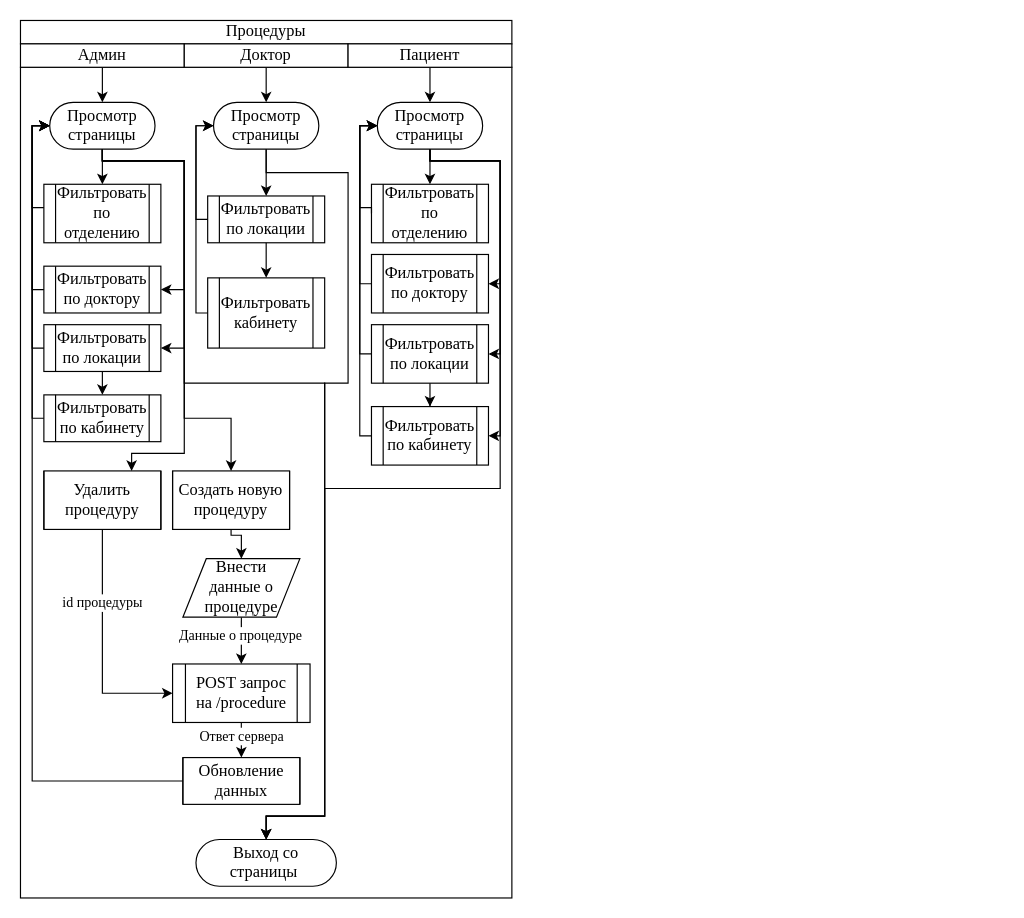
Before: procedures and patients.drawio in arturyumaev/Bachelor-Diploma-Docs, a draw.io diagram. Source tidied: cells renumbered, new cells numbered last; positions are measured from the earlier drawing's top-left corner, leaving out a move shared by most shapes. Both pictures are drawn from the tidied source at 117%, with x=0, y=0 at pixel (20, 20).
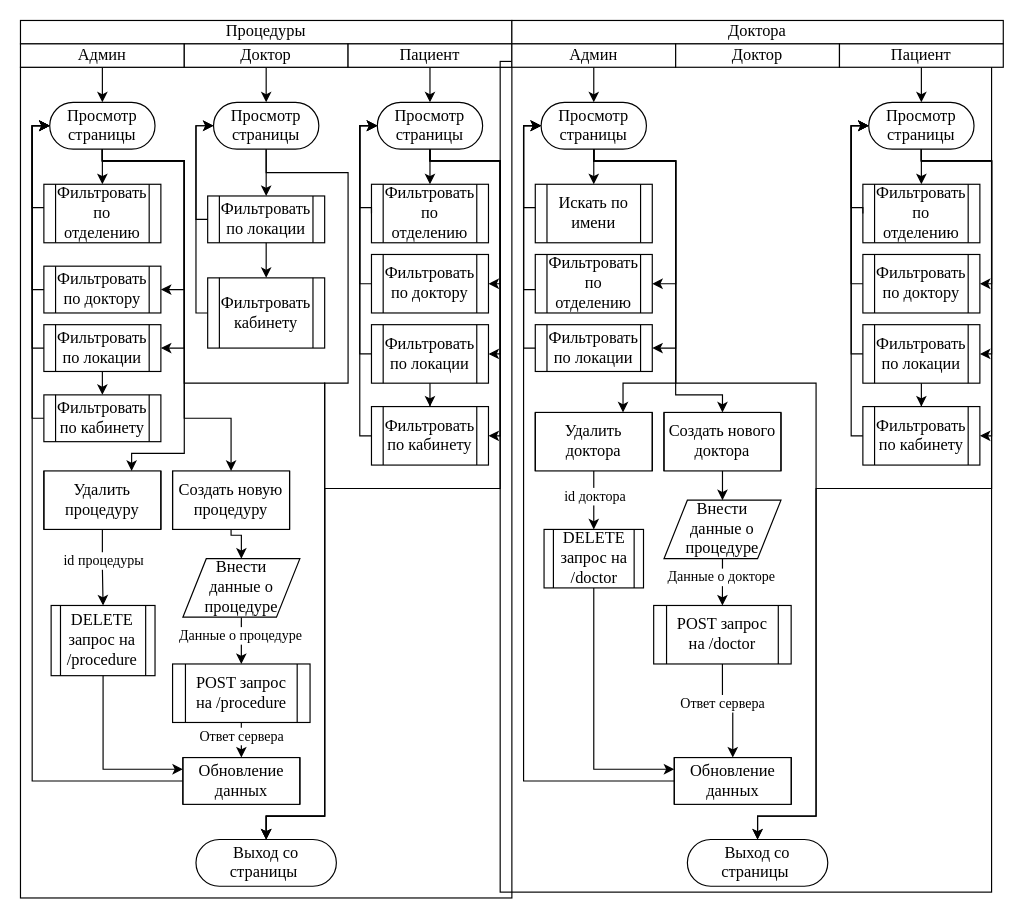
The same page after the edit.

The change refers to these unchanged cells:
```xml
<mxCell id="53" value="&lt;font style=&quot;font-size: 14px&quot; face=&quot;Times New Roman&quot;&gt;POST запрос на /procedure&lt;/font&gt;" style="shape=process;whiteSpace=wrap;html=1;backgroundOutline=1;fillColor=none;size=0.09523809523809523;" parent="1" vertex="1">
  <mxGeometry x="130" y="550" width="117.5" height="50" as="geometry" />
</mxCell>
<mxCell id="55" value="&lt;font style=&quot;font-size: 14px&quot; face=&quot;Times New Roman&quot;&gt;Обновление данных&lt;/font&gt;" style="shape=process;whiteSpace=wrap;html=1;backgroundOutline=1;fillColor=none;size=0;" parent="1" vertex="1">
  <mxGeometry x="138.8" y="630" width="100" height="40" as="geometry" />
</mxCell>
<mxCell id="63" value="&lt;font style=&quot;font-size: 14px&quot; face=&quot;Times New Roman&quot;&gt;Удалить процедуру&lt;/font&gt;" style="shape=process;whiteSpace=wrap;html=1;backgroundOutline=1;fillColor=none;size=0;" parent="1" vertex="1">
  <mxGeometry x="20" y="385" width="100" height="50" as="geometry" />
</mxCell>
```

Change to the diagram source:
```diff
@@
-    <mxCell id="61" style="edgeStyle=orthogonalEdgeStyle;rounded=0;jettySize=auto;html=1;exitX=0.5;exitY=1;exitDx=0;exitDy=0;entryX=0;entryY=0.5;entryDx=0;entryDy=0;" parent="1" edge="1" source="63" target="53">
-      <mxGeometry relative="1" as="geometry" />
-    </mxCell>
+    <mxCell id="64" style="edgeStyle=orthogonalEdgeStyle;rounded=0;jettySize=auto;html=1;exitX=0.5;exitY=1;exitDx=0;exitDy=0;entryX=0.5;entryY=0;entryDx=0;entryDy=0;" parent="1" edge="1" source="63" target="116">
+      <mxGeometry relative="1" as="geometry" />
+    </mxCell>
-    <mxCell id="62" value="&lt;font style=&quot;font-size: 12px&quot; face=&quot;Times New Roman&quot;&gt;id процедуры&lt;/font&gt;" style="edgeLabel;html=1;align=center;verticalAlign=middle;" parent="61" vertex="1">
-      <mxGeometry x="-0.38" y="-1" relative="1" as="geometry" />
+    <mxCell id="62" value="&lt;font style=&quot;font-size: 12px&quot; face=&quot;Times New Roman&quot;&gt;id процедуры&lt;/font&gt;" style="edgeLabel;html=1;align=center;verticalAlign=middle;" parent="64" vertex="1">
+      <mxGeometry x="-0.2" relative="1" as="geometry" />
     </mxCell>
@@
+    <mxCell id="65" style="rounded=0;whiteSpace=wrap;html=1;fillColor=none;" parent="1" vertex="1">
+      <mxGeometry x="410" y="35" width="420" height="710" as="geometry" />
+    </mxCell>
+    <mxCell id="66" value="&lt;font face=&quot;Times New Roman&quot;&gt;&lt;span style=&quot;font-size: 14px&quot;&gt;Доктора&lt;/span&gt;&lt;/font&gt;" style="rounded=0;whiteSpace=wrap;html=1;" parent="1" vertex="1">
+      <mxGeometry x="420" width="420" height="20" as="geometry" />
+    </mxCell>
+    <mxCell id="67" style="edgeStyle=orthogonalEdgeStyle;rounded=0;jettySize=auto;html=1;exitX=0.5;exitY=1;exitDx=0;exitDy=0;entryX=0.5;entryY=0;entryDx=0;entryDy=0;endArrow=classic;endFill=1;" parent="1" edge="1" source="68" target="79">
+      <mxGeometry relative="1" as="geometry" />
+    </mxCell>
+    <mxCell id="68" value="&lt;font style=&quot;font-size: 14px&quot; face=&quot;Times New Roman&quot;&gt;Админ&lt;/font&gt;" style="rounded=0;whiteSpace=wrap;html=1;" parent="1" vertex="1">
+      <mxGeometry x="420" y="20" width="140" height="20" as="geometry" />
+    </mxCell>
+    <mxCell id="69" value="&lt;font style=&quot;font-size: 14px&quot; face=&quot;Times New Roman&quot;&gt;Доктор&lt;/font&gt;" style="rounded=0;whiteSpace=wrap;html=1;" parent="1" vertex="1">
+      <mxGeometry x="560" y="20" width="140" height="20" as="geometry" />
+    </mxCell>
+    <mxCell id="70" style="edgeStyle=orthogonalEdgeStyle;rounded=0;jettySize=auto;html=1;exitX=0.5;exitY=1;exitDx=0;exitDy=0;entryX=0.5;entryY=0;entryDx=0;entryDy=0;endArrow=classic;endFill=1;" parent="1" edge="1" source="71" target="88">
+      <mxGeometry relative="1" as="geometry" />
+    </mxCell>
+    <mxCell id="71" value="&lt;font style=&quot;font-size: 14px&quot; face=&quot;Times New Roman&quot;&gt;Пациент&lt;/font&gt;" style="rounded=0;whiteSpace=wrap;html=1;" parent="1" vertex="1">
+      <mxGeometry x="700" y="20" width="140" height="20" as="geometry" />
+    </mxCell>
+    <mxCell id="72" style="edgeStyle=orthogonalEdgeStyle;rounded=0;orthogonalLoop=1;jettySize=auto;html=1;endArrow=classic;endFill=1;exitX=0.5;exitY=0;exitDx=0;exitDy=0;entryX=0.5;entryY=0;entryDx=0;entryDy=0;" parent="1" edge="1" source="79" target="79">
+      <mxGeometry relative="1" as="geometry" />
+    </mxCell>
+    <mxCell id="73" style="edgeStyle=orthogonalEdgeStyle;rounded=0;jettySize=auto;html=1;exitX=0.5;exitY=1;exitDx=0;exitDy=0;entryX=0.5;entryY=0;entryDx=0;entryDy=0;endArrow=classic;endFill=1;" parent="1" edge="1" source="79" target="82">
+      <mxGeometry relative="1" as="geometry" />
+    </mxCell>
+    <mxCell id="74" style="edgeStyle=orthogonalEdgeStyle;rounded=0;jettySize=auto;html=1;exitX=0.5;exitY=1;exitDx=0;exitDy=0;entryX=1;entryY=0.5;entryDx=0;entryDy=0;endArrow=classic;endFill=1;" parent="1" edge="1" source="79" target="92">
+      <mxGeometry relative="1" as="geometry">
+        <Array as="points">
+          <mxPoint x="490" y="120" />
+          <mxPoint x="560" y="120" />
+          <mxPoint x="560" y="280" />
+        </Array>
+      </mxGeometry>
+    </mxCell>
+    <mxCell id="75" style="edgeStyle=orthogonalEdgeStyle;rounded=0;jettySize=auto;html=1;exitX=0.5;exitY=1;exitDx=0;exitDy=0;entryX=0.5;entryY=0;entryDx=0;entryDy=0;endArrow=classic;endFill=1;" parent="1" edge="1" source="79" target="80">
+      <mxGeometry relative="1" as="geometry">
+        <Array as="points">
+          <mxPoint x="490" y="120" />
+          <mxPoint x="560" y="120" />
+          <mxPoint x="560" y="310" />
+          <mxPoint x="680" y="310" />
+          <mxPoint x="680" y="680" />
+          <mxPoint x="630" y="680" />
+        </Array>
+      </mxGeometry>
+    </mxCell>
+    <mxCell id="76" style="edgeStyle=orthogonalEdgeStyle;rounded=0;jettySize=auto;html=1;entryX=0.5;entryY=0;entryDx=0;entryDy=0;" parent="1" edge="1" source="79" target="98">
+      <mxGeometry relative="1" as="geometry">
+        <Array as="points">
+          <mxPoint x="490" y="120" />
+          <mxPoint x="560" y="120" />
+          <mxPoint x="560" y="320" />
+          <mxPoint x="600" y="320" />
+        </Array>
+      </mxGeometry>
+    </mxCell>
+    <mxCell id="77" style="edgeStyle=orthogonalEdgeStyle;rounded=0;jettySize=auto;html=1;exitX=0.5;exitY=1;exitDx=0;exitDy=0;entryX=0.75;entryY=0;entryDx=0;entryDy=0;" parent="1" edge="1" source="79" target="114">
+      <mxGeometry relative="1" as="geometry">
+        <Array as="points">
+          <mxPoint x="490" y="120" />
+          <mxPoint x="560" y="120" />
+          <mxPoint x="560" y="310" />
+          <mxPoint x="515" y="310" />
+        </Array>
+      </mxGeometry>
+    </mxCell>
+    <mxCell id="78" style="edgeStyle=orthogonalEdgeStyle;rounded=0;jettySize=auto;html=1;exitX=0.5;exitY=1;exitDx=0;exitDy=0;entryX=1;entryY=0.5;entryDx=0;entryDy=0;" parent="1" edge="1" source="79" target="90">
+      <mxGeometry relative="1" as="geometry">
+        <Array as="points">
+          <mxPoint x="490" y="120" />
+          <mxPoint x="560" y="120" />
+          <mxPoint x="560" y="225" />
+        </Array>
+      </mxGeometry>
+    </mxCell>
+    <mxCell id="79" value="&lt;font style=&quot;font-size: 14px&quot; face=&quot;Times New Roman&quot;&gt;Просмотр страницы&lt;/font&gt;" style="rounded=1;whiteSpace=wrap;html=1;fillColor=none;arcSize=50;" parent="1" vertex="1">
+      <mxGeometry x="445" y="70" width="90" height="40" as="geometry" />
+    </mxCell>
+    <mxCell id="80" value="&lt;font style=&quot;font-size: 14px&quot; face=&quot;Times New Roman&quot;&gt;Выход со страницы&amp;nbsp;&lt;/font&gt;" style="rounded=1;whiteSpace=wrap;html=1;fillColor=none;arcSize=50;" parent="1" vertex="1">
+      <mxGeometry x="570" y="700" width="120" height="40" as="geometry" />
+    </mxCell>
+    <mxCell id="81" style="edgeStyle=orthogonalEdgeStyle;rounded=0;jettySize=auto;html=1;entryX=0;entryY=0.5;entryDx=0;entryDy=0;endArrow=classic;endFill=1;" parent="1" edge="1" source="82" target="79">
+      <mxGeometry relative="1" as="geometry">
+        <Array as="points">
+          <mxPoint x="430" y="160" />
+          <mxPoint x="430" y="90" />
+        </Array>
+      </mxGeometry>
+    </mxCell>
+    <mxCell id="82" value="&lt;font style=&quot;font-size: 14px&quot; face=&quot;Times New Roman&quot;&gt;Искать по имени&lt;/font&gt;" style="shape=process;whiteSpace=wrap;html=1;backgroundOutline=1;fillColor=none;" parent="1" vertex="1">
+      <mxGeometry x="440" y="140" width="100" height="50" as="geometry" />
+    </mxCell>
+    <mxCell id="83" style="edgeStyle=orthogonalEdgeStyle;rounded=0;jettySize=auto;html=1;exitX=0.5;exitY=1;exitDx=0;exitDy=0;entryX=0.5;entryY=0;entryDx=0;entryDy=0;endArrow=classic;endFill=1;" parent="1" edge="1" source="88" target="94">
+      <mxGeometry relative="1" as="geometry" />
+    </mxCell>
+    <mxCell id="84" style="edgeStyle=orthogonalEdgeStyle;rounded=0;jettySize=auto;html=1;exitX=0.5;exitY=1;exitDx=0;exitDy=0;entryX=1;entryY=0.5;entryDx=0;entryDy=0;endArrow=classic;endFill=1;" parent="1" edge="1" source="88" target="96">
+      <mxGeometry relative="1" as="geometry">
+        <Array as="points">
+          <mxPoint x="770" y="120" />
+          <mxPoint x="830" y="120" />
+          <mxPoint x="830" y="225" />
+        </Array>
+      </mxGeometry>
+    </mxCell>
+    <mxCell id="85" style="edgeStyle=orthogonalEdgeStyle;rounded=0;jettySize=auto;html=1;exitX=0.5;exitY=1;exitDx=0;exitDy=0;entryX=0.5;entryY=0;entryDx=0;entryDy=0;endArrow=classic;endFill=1;" parent="1" edge="1" source="88" target="80">
+      <mxGeometry relative="1" as="geometry">
+        <Array as="points">
+          <mxPoint x="770" y="120" />
+          <mxPoint x="830" y="120" />
+          <mxPoint x="830" y="400" />
+          <mxPoint x="680" y="400" />
+          <mxPoint x="680" y="680" />
+          <mxPoint x="630" y="680" />
+        </Array>
+      </mxGeometry>
+    </mxCell>
+    <mxCell id="86" style="edgeStyle=orthogonalEdgeStyle;rounded=0;jettySize=auto;html=1;exitX=0.5;exitY=1;exitDx=0;exitDy=0;entryX=1;entryY=0.5;entryDx=0;entryDy=0;" parent="1" edge="1" source="88" target="109">
+      <mxGeometry relative="1" as="geometry">
+        <Array as="points">
+          <mxPoint x="770" y="120" />
+          <mxPoint x="830" y="120" />
+          <mxPoint x="830" y="285" />
+        </Array>
+      </mxGeometry>
+    </mxCell>
+    <mxCell id="87" style="edgeStyle=orthogonalEdgeStyle;rounded=0;jettySize=auto;html=1;entryX=1;entryY=0.5;entryDx=0;entryDy=0;" parent="1" edge="1" source="88" target="111">
+      <mxGeometry relative="1" as="geometry">
+        <Array as="points">
+          <mxPoint x="770" y="120" />
+          <mxPoint x="830" y="120" />
+          <mxPoint x="830" y="355" />
+        </Array>
+      </mxGeometry>
+    </mxCell>
+    <mxCell id="88" value="&lt;font style=&quot;font-size: 14px&quot; face=&quot;Times New Roman&quot;&gt;Просмотр страницы&lt;/font&gt;" style="rounded=1;whiteSpace=wrap;html=1;fillColor=none;arcSize=50;" parent="1" vertex="1">
+      <mxGeometry x="725" y="70" width="90" height="40" as="geometry" />
+    </mxCell>
+    <mxCell id="89" style="edgeStyle=orthogonalEdgeStyle;rounded=0;jettySize=auto;html=1;entryX=0;entryY=0.5;entryDx=0;entryDy=0;endArrow=classic;endFill=1;" parent="1" edge="1" source="90" target="79">
+      <mxGeometry relative="1" as="geometry">
+        <Array as="points">
+          <mxPoint x="430" y="230" />
+          <mxPoint x="430" y="90" />
+        </Array>
+      </mxGeometry>
+    </mxCell>
+    <mxCell id="90" value="&lt;font style=&quot;font-size: 14px&quot; face=&quot;Times New Roman&quot;&gt;Фильтровать по отделению&lt;/font&gt;" style="shape=process;whiteSpace=wrap;html=1;backgroundOutline=1;fillColor=none;" parent="1" vertex="1">
+      <mxGeometry x="440" y="200" width="100" height="50" as="geometry" />
+    </mxCell>
+    <mxCell id="91" style="edgeStyle=orthogonalEdgeStyle;rounded=0;jettySize=auto;html=1;entryX=0;entryY=0.5;entryDx=0;entryDy=0;endArrow=classic;endFill=1;" parent="1" edge="1" source="92" target="79">
+      <mxGeometry relative="1" as="geometry">
+        <Array as="points">
+          <mxPoint x="430" y="280" />
+          <mxPoint x="430" y="90" />
+        </Array>
+      </mxGeometry>
+    </mxCell>
+    <mxCell id="92" value="&lt;font style=&quot;font-size: 14px&quot; face=&quot;Times New Roman&quot;&gt;Фильтровать по локации&lt;/font&gt;" style="shape=process;whiteSpace=wrap;html=1;backgroundOutline=1;fillColor=none;" parent="1" vertex="1">
+      <mxGeometry x="440" y="260" width="100" height="40" as="geometry" />
+    </mxCell>
+    <mxCell id="93" style="edgeStyle=orthogonalEdgeStyle;rounded=0;jettySize=auto;html=1;exitX=0;exitY=0.5;exitDx=0;exitDy=0;entryX=0;entryY=0.5;entryDx=0;entryDy=0;endArrow=classic;endFill=1;" parent="1" edge="1" source="94" target="88">
+      <mxGeometry relative="1" as="geometry">
+        <Array as="points">
+          <mxPoint x="710" y="160" />
+          <mxPoint x="710" y="90" />
+        </Array>
+      </mxGeometry>
+    </mxCell>
+    <mxCell id="94" value="&lt;font style=&quot;font-size: 14px&quot; face=&quot;Times New Roman&quot;&gt;Фильтровать по отделению&lt;/font&gt;" style="shape=process;whiteSpace=wrap;html=1;backgroundOutline=1;fillColor=none;" parent="1" vertex="1">
+      <mxGeometry x="720" y="140" width="100" height="50" as="geometry" />
+    </mxCell>
+    <mxCell id="95" style="edgeStyle=orthogonalEdgeStyle;rounded=0;jettySize=auto;html=1;exitX=0;exitY=0.5;exitDx=0;exitDy=0;entryX=0;entryY=0.5;entryDx=0;entryDy=0;endArrow=classic;endFill=1;" parent="1" edge="1" source="96" target="88">
+      <mxGeometry relative="1" as="geometry">
+        <Array as="points">
+          <mxPoint x="710" y="225" />
+          <mxPoint x="710" y="90" />
+        </Array>
+      </mxGeometry>
+    </mxCell>
+    <mxCell id="96" value="&lt;font style=&quot;font-size: 14px&quot; face=&quot;Times New Roman&quot;&gt;Фильтровать по доктору&lt;/font&gt;" style="shape=process;whiteSpace=wrap;html=1;backgroundOutline=1;fillColor=none;" parent="1" vertex="1">
+      <mxGeometry x="720" y="200" width="100" height="50" as="geometry" />
+    </mxCell>
+    <mxCell id="97" style="edgeStyle=orthogonalEdgeStyle;rounded=0;jettySize=auto;html=1;exitX=0.5;exitY=1;exitDx=0;exitDy=0;entryX=0.5;entryY=0;entryDx=0;entryDy=0;" parent="1" edge="1" source="98" target="101">
+      <mxGeometry relative="1" as="geometry" />
+    </mxCell>
+    <mxCell id="98" value="&lt;font style=&quot;font-size: 14px&quot; face=&quot;Times New Roman&quot;&gt;Создать нового доктора&lt;/font&gt;" style="shape=process;whiteSpace=wrap;html=1;backgroundOutline=1;fillColor=none;size=0;" parent="1" vertex="1">
+      <mxGeometry x="550" y="335" width="100" height="50" as="geometry" />
+    </mxCell>
+    <mxCell id="99" style="edgeStyle=orthogonalEdgeStyle;rounded=0;jettySize=auto;html=1;exitX=0.5;exitY=1;exitDx=0;exitDy=0;entryX=0.5;entryY=0;entryDx=0;entryDy=0;" parent="1" edge="1" source="101" target="104">
+      <mxGeometry relative="1" as="geometry" />
+    </mxCell>
+    <mxCell id="100" value="&lt;font style=&quot;font-size: 12px&quot; face=&quot;Times New Roman&quot;&gt;Данные о докторе&lt;/font&gt;" style="edgeLabel;html=1;align=center;verticalAlign=middle;" parent="99" vertex="1">
+      <mxGeometry x="-0.19" y="-1" relative="1" as="geometry" />
+    </mxCell>
+    <mxCell id="101" value="&lt;font style=&quot;font-size: 14px&quot; face=&quot;Times New Roman&quot;&gt;Внести&lt;br&gt;данные о процедуре&lt;/font&gt;" style="shape=parallelogram;perimeter=parallelogramPerimeter;whiteSpace=wrap;html=1;fixedSize=1;" parent="1" vertex="1">
+      <mxGeometry x="550" y="410" width="100" height="50" as="geometry" />
+    </mxCell>
+    <mxCell id="102" style="edgeStyle=orthogonalEdgeStyle;rounded=0;jettySize=auto;html=1;exitX=0.5;exitY=1;exitDx=0;exitDy=0;entryX=0.5;entryY=0;entryDx=0;entryDy=0;" parent="1" edge="1" source="104" target="106">
+      <mxGeometry relative="1" as="geometry" />
+    </mxCell>
+    <mxCell id="103" value="&lt;font style=&quot;font-size: 12px&quot; face=&quot;Times New Roman&quot;&gt;Ответ сервера&lt;/font&gt;" style="edgeLabel;html=1;align=center;verticalAlign=middle;" parent="102" vertex="1">
+      <mxGeometry x="-0.23" relative="1" as="geometry" />
+    </mxCell>
+    <mxCell id="104" value="&lt;font style=&quot;font-size: 14px&quot; face=&quot;Times New Roman&quot;&gt;POST запрос на /doctor&lt;/font&gt;" style="shape=process;whiteSpace=wrap;html=1;backgroundOutline=1;fillColor=none;size=0.09523809523809523;" parent="1" vertex="1">
+      <mxGeometry x="541.2" y="500" width="117.5" height="50" as="geometry" />
+    </mxCell>
+    <mxCell id="105" style="edgeStyle=orthogonalEdgeStyle;rounded=0;jettySize=auto;html=1;entryX=0;entryY=0.5;entryDx=0;entryDy=0;" parent="1" edge="1" source="106" target="79">
+      <mxGeometry relative="1" as="geometry">
+        <Array as="points">
+          <mxPoint x="430" y="650" />
+          <mxPoint x="430" y="90" />
+        </Array>
+      </mxGeometry>
+    </mxCell>
+    <mxCell id="106" value="&lt;font style=&quot;font-size: 14px&quot; face=&quot;Times New Roman&quot;&gt;Обновление данных&lt;/font&gt;" style="shape=process;whiteSpace=wrap;html=1;backgroundOutline=1;fillColor=none;size=0;" parent="1" vertex="1">
+      <mxGeometry x="558.8" y="630" width="100" height="40" as="geometry" />
+    </mxCell>
+    <mxCell id="107" style="edgeStyle=orthogonalEdgeStyle;rounded=0;jettySize=auto;html=1;entryX=0.5;entryY=0;entryDx=0;entryDy=0;" parent="1" edge="1" source="109" target="111">
+      <mxGeometry relative="1" as="geometry" />
+    </mxCell>
+    <mxCell id="108" style="edgeStyle=orthogonalEdgeStyle;rounded=0;jettySize=auto;html=1;entryX=0;entryY=0.5;entryDx=0;entryDy=0;" parent="1" edge="1" source="109" target="88">
+      <mxGeometry relative="1" as="geometry">
+        <Array as="points">
+          <mxPoint x="710" y="285" />
+          <mxPoint x="710" y="90" />
+        </Array>
+      </mxGeometry>
+    </mxCell>
+    <mxCell id="109" value="&lt;font style=&quot;font-size: 14px&quot; face=&quot;Times New Roman&quot;&gt;Фильтровать по локации&lt;/font&gt;" style="shape=process;whiteSpace=wrap;html=1;backgroundOutline=1;fillColor=none;" parent="1" vertex="1">
+      <mxGeometry x="720" y="260" width="100" height="50" as="geometry" />
+    </mxCell>
+    <mxCell id="110" style="edgeStyle=orthogonalEdgeStyle;rounded=0;jettySize=auto;html=1;entryX=0;entryY=0.5;entryDx=0;entryDy=0;" parent="1" edge="1" source="111" target="88">
+      <mxGeometry relative="1" as="geometry">
+        <Array as="points">
+          <mxPoint x="710" y="355" />
+          <mxPoint x="710" y="90" />
+        </Array>
+      </mxGeometry>
+    </mxCell>
+    <mxCell id="111" value="&lt;font style=&quot;font-size: 14px&quot; face=&quot;Times New Roman&quot;&gt;Фильтровать по кабинету&lt;/font&gt;" style="shape=process;whiteSpace=wrap;html=1;backgroundOutline=1;fillColor=none;" parent="1" vertex="1">
+      <mxGeometry x="720" y="330" width="100" height="50" as="geometry" />
+    </mxCell>
+    <mxCell id="112" style="edgeStyle=orthogonalEdgeStyle;rounded=0;jettySize=auto;html=1;exitX=0.5;exitY=1;exitDx=0;exitDy=0;entryX=0.5;entryY=0;entryDx=0;entryDy=0;" parent="1" edge="1" source="114" target="118">
+      <mxGeometry relative="1" as="geometry" />
+    </mxCell>
+    <mxCell id="113" value="&lt;font style=&quot;font-size: 12px&quot; face=&quot;Times New Roman&quot;&gt;id доктора&lt;/font&gt;" style="edgeLabel;html=1;align=center;verticalAlign=middle;" parent="112" vertex="1">
+      <mxGeometry x="-0.16" relative="1" as="geometry" />
+    </mxCell>
+    <mxCell id="114" value="&lt;font style=&quot;font-size: 14px&quot; face=&quot;Times New Roman&quot;&gt;Удалить доктора&lt;/font&gt;" style="shape=process;whiteSpace=wrap;html=1;backgroundOutline=1;fillColor=none;size=0;" parent="1" vertex="1">
+      <mxGeometry x="440" y="335" width="100" height="50" as="geometry" />
+    </mxCell>
+    <mxCell id="115" style="edgeStyle=orthogonalEdgeStyle;rounded=0;jettySize=auto;html=1;exitX=0.5;exitY=1;exitDx=0;exitDy=0;entryX=0;entryY=0.25;entryDx=0;entryDy=0;" parent="1" edge="1" source="116" target="55">
+      <mxGeometry relative="1" as="geometry" />
+    </mxCell>
+    <mxCell id="116" value="&lt;font style=&quot;font-size: 14px&quot; face=&quot;Times New Roman&quot;&gt;DELETE запрос на /procedure&lt;/font&gt;" style="shape=process;whiteSpace=wrap;html=1;backgroundOutline=1;fillColor=none;size=0.09523809523809523;" parent="1" vertex="1">
+      <mxGeometry x="26.2" y="500" width="88.8" height="60" as="geometry" />
+    </mxCell>
+    <mxCell id="117" style="edgeStyle=orthogonalEdgeStyle;rounded=0;jettySize=auto;html=1;exitX=0.5;exitY=1;exitDx=0;exitDy=0;entryX=0;entryY=0.25;entryDx=0;entryDy=0;" parent="1" edge="1" source="118" target="106">
+      <mxGeometry relative="1" as="geometry" />
+    </mxCell>
+    <mxCell id="118" value="&lt;font style=&quot;font-size: 14px&quot; face=&quot;Times New Roman&quot;&gt;DELETE запрос на /doctor&lt;/font&gt;" style="shape=process;whiteSpace=wrap;html=1;backgroundOutline=1;fillColor=none;size=0.09523809523809523;" parent="1" vertex="1">
+      <mxGeometry x="447.5" y="435" width="85" height="50" as="geometry" />
+    </mxCell>
```
